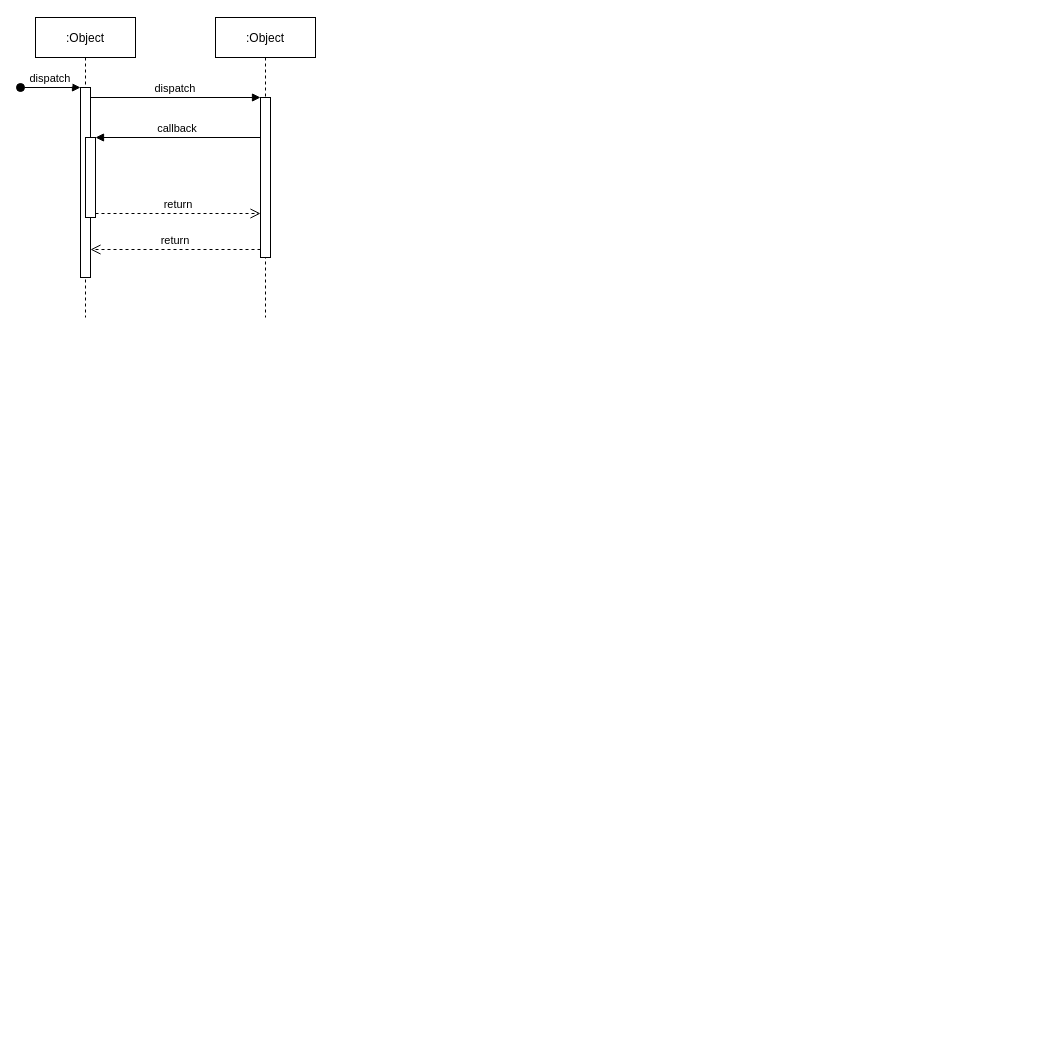
Above: announcement diagram.drawio in dieunguyen2003/deploycode (draw.io), before the change. Source tidied: cells renumbered, new cells numbered last; positions are measured from the earlier drawing's top-left corner, leaving out a move shared by most shapes. Both pictures are drawn from the tidied source at 100%, with x=0, y=0 at pixel (20, 17).
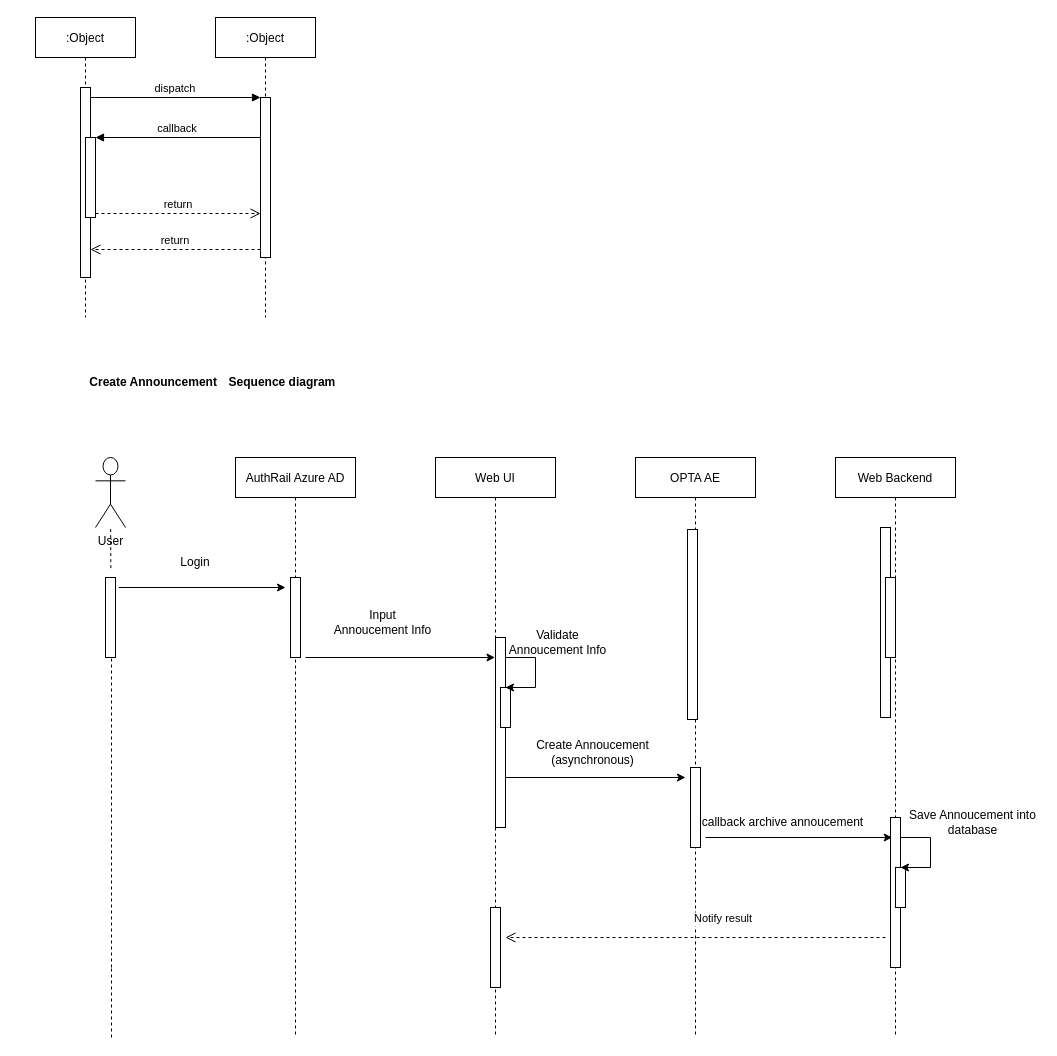
After the change.

The change refers to these unchanged cells:
```xml
<mxCell id="2" value=":Object" style="shape=umlLifeline;perimeter=lifelinePerimeter;rounded=0;shadow=0;strokeWidth=1;" parent="1" vertex="1">
  <mxGeometry x="15" width="100" height="300" as="geometry" />
</mxCell>
<mxCell id="3" style="points=[];perimeter=orthogonalPerimeter;rounded=0;shadow=0;strokeWidth=1;" parent="2" vertex="1">
  <mxGeometry x="45" y="70" width="10" height="190" as="geometry" />
</mxCell>
```

Change to the diagram source:
```diff
@@
-    <mxCell id="4" value="dispatch" style="verticalAlign=bottom;startArrow=oval;endArrow=block;startSize=8;shadow=0;strokeWidth=1;" parent="2" edge="1" target="3">
-      <mxGeometry relative="1" as="geometry">
-        <mxPoint x="-15" y="70" as="sourcePoint" />
-      </mxGeometry>
-    </mxCell>
@@
+    <mxCell id="12" style="points=[];perimeter=orthogonalPerimeter;rounded=0;shadow=0;strokeWidth=1;" parent="1" vertex="1">
+      <mxGeometry x="85" y="560" width="10" height="80" as="geometry" />
+    </mxCell>
+    <mxCell id="13" value="AuthRail Azure AD" style="shape=umlLifeline;perimeter=lifelinePerimeter;rounded=0;shadow=0;strokeWidth=1;" parent="1" vertex="1">
+      <mxGeometry x="215" y="440" width="120" height="580" as="geometry" />
+    </mxCell>
+    <mxCell id="14" style="perimeter=orthogonalPerimeter;rounded=0;shadow=0;strokeWidth=1;" parent="13" vertex="1">
+      <mxGeometry x="55" y="120" width="10" height="80" as="geometry" />
+    </mxCell>
+    <mxCell id="15" style="endArrow=none;dashed=1;html=1;rounded=0;entryX=0.6;entryY=1.014;entryDx=0;entryDy=0;entryPerimeter=0;startArrow=none;" parent="1" edge="1" target="12">
+      <mxGeometry relative="1" as="geometry">
+        <mxPoint x="91" y="950" as="sourcePoint" />
+      </mxGeometry>
+    </mxCell>
+    <mxCell id="16" style="endArrow=none;dashed=1;html=1;rounded=0;exitX=0.533;exitY=-0.117;exitDx=0;exitDy=0;exitPerimeter=0;" parent="1" edge="1" source="12" target="17">
+      <mxGeometry relative="1" as="geometry" />
+    </mxCell>
+    <mxCell id="17" value="User" style="shape=umlActor;verticalLabelPosition=bottom;verticalAlign=top;html=1;outlineConnect=0;" parent="1" vertex="1">
+      <mxGeometry x="75" y="440" width="30" height="70" as="geometry" />
+    </mxCell>
+    <mxCell id="18" value="Web UI" style="shape=umlLifeline;perimeter=lifelinePerimeter;rounded=0;shadow=0;strokeWidth=1;" parent="1" vertex="1">
+      <mxGeometry x="415" y="440" width="120" height="580" as="geometry" />
+    </mxCell>
+    <mxCell id="19" style="perimeter=orthogonalPerimeter;rounded=0;shadow=0;strokeWidth=1;" parent="18" vertex="1">
+      <mxGeometry x="60" y="180" width="10" height="190" as="geometry" />
+    </mxCell>
+    <mxCell id="20" style="perimeter=orthogonalPerimeter;rounded=0;shadow=0;strokeWidth=1;" parent="18" vertex="1">
+      <mxGeometry x="65" y="230" width="10" height="40" as="geometry" />
+    </mxCell>
+    <mxCell id="21" style="edgeStyle=orthogonalEdgeStyle;rounded=0;orthogonalLoop=1;jettySize=auto;html=1;" parent="18" edge="1">
+      <mxGeometry relative="1" as="geometry">
+        <mxPoint x="70" y="200" as="sourcePoint" />
+        <mxPoint x="70" y="230" as="targetPoint" />
+        <Array as="points">
+          <mxPoint x="100" y="200" />
+          <mxPoint x="100" y="230" />
+        </Array>
+      </mxGeometry>
+    </mxCell>
+    <mxCell id="22" style="perimeter=orthogonalPerimeter;rounded=0;shadow=0;strokeWidth=1;" parent="18" vertex="1">
+      <mxGeometry x="55" y="450" width="10" height="80" as="geometry" />
+    </mxCell>
+    <mxCell id="23" value="OPTA AE" style="shape=umlLifeline;perimeter=lifelinePerimeter;rounded=0;shadow=0;strokeWidth=1;" parent="1" vertex="1">
+      <mxGeometry x="615" y="440" width="120" height="580" as="geometry" />
+    </mxCell>
+    <mxCell id="24" style="perimeter=orthogonalPerimeter;rounded=0;shadow=0;strokeWidth=1;" parent="23" vertex="1">
+      <mxGeometry x="52" y="72" width="10" height="190" as="geometry" />
+    </mxCell>
+    <mxCell id="25" style="perimeter=orthogonalPerimeter;rounded=0;shadow=0;strokeWidth=1;" parent="23" vertex="1">
+      <mxGeometry x="55" y="310" width="10" height="80" as="geometry" />
+    </mxCell>
+    <mxCell id="26" value="Web Backend" style="shape=umlLifeline;perimeter=lifelinePerimeter;rounded=0;shadow=0;strokeWidth=1;" parent="1" vertex="1">
+      <mxGeometry x="815" y="440" width="120" height="580" as="geometry" />
+    </mxCell>
+    <mxCell id="27" style="perimeter=orthogonalPerimeter;rounded=0;shadow=0;strokeWidth=1;" parent="26" vertex="1">
+      <mxGeometry x="45" y="70" width="10" height="190" as="geometry" />
+    </mxCell>
+    <mxCell id="28" style="perimeter=orthogonalPerimeter;rounded=0;shadow=0;strokeWidth=1;" parent="26" vertex="1">
+      <mxGeometry x="50" y="120" width="10" height="80" as="geometry" />
+    </mxCell>
+    <mxCell id="29" style="perimeter=orthogonalPerimeter;rounded=0;shadow=0;strokeWidth=1;" parent="26" vertex="1">
+      <mxGeometry x="55" y="360" width="10" height="150" as="geometry" />
+    </mxCell>
+    <mxCell id="30" style="perimeter=orthogonalPerimeter;rounded=0;shadow=0;strokeWidth=1;" parent="26" vertex="1">
+      <mxGeometry x="60" y="410" width="10" height="40" as="geometry" />
+    </mxCell>
+    <mxCell id="31" style="edgeStyle=orthogonalEdgeStyle;rounded=0;orthogonalLoop=1;jettySize=auto;html=1;" parent="26" edge="1">
+      <mxGeometry relative="1" as="geometry">
+        <mxPoint x="65" y="380" as="sourcePoint" />
+        <mxPoint x="65" y="410" as="targetPoint" />
+        <Array as="points">
+          <mxPoint x="95" y="380" />
+          <mxPoint x="95" y="410" />
+        </Array>
+      </mxGeometry>
+    </mxCell>
+    <mxCell id="32" style="endArrow=classic;html=1;rounded=0;exitX=1.333;exitY=0.125;exitDx=0;exitDy=0;exitPerimeter=0;" parent="1" edge="1" source="12">
+      <mxGeometry relative="1" as="geometry">
+        <mxPoint x="265" y="570" as="targetPoint" />
+      </mxGeometry>
+    </mxCell>
+    <mxCell id="33" value="Login" style="text;html=1;strokeColor=none;fillColor=none;align=center;verticalAlign=middle;whiteSpace=wrap;rounded=0;" parent="1" vertex="1">
+      <mxGeometry x="145" y="530" width="60" height="30" as="geometry" />
+    </mxCell>
+    <mxCell id="34" value="Input Annoucement Info" style="text;html=1;strokeColor=none;fillColor=none;align=center;verticalAlign=middle;whiteSpace=wrap;rounded=0;" parent="1" vertex="1">
+      <mxGeometry x="310" y="590" width="105" height="30" as="geometry" />
+    </mxCell>
+    <mxCell id="35" style="endArrow=classic;html=1;rounded=0;exitX=1.333;exitY=0.125;exitDx=0;exitDy=0;exitPerimeter=0;" parent="1" edge="1">
+      <mxGeometry relative="1" as="geometry">
+        <mxPoint x="285" y="640" as="sourcePoint" />
+        <mxPoint x="474.5" y="640" as="targetPoint" />
+      </mxGeometry>
+    </mxCell>
+    <mxCell id="36" value="Validate Annoucement Info" style="text;html=1;strokeColor=none;fillColor=none;align=center;verticalAlign=middle;whiteSpace=wrap;rounded=0;" parent="1" vertex="1">
+      <mxGeometry x="485" y="610" width="105" height="30" as="geometry" />
+    </mxCell>
+    <mxCell id="37" value="Create Annoucement (asynchronous)" style="text;html=1;strokeColor=none;fillColor=none;align=center;verticalAlign=middle;whiteSpace=wrap;rounded=0;" parent="1" vertex="1">
+      <mxGeometry x="510" y="720" width="125" height="30" as="geometry" />
+    </mxCell>
+    <mxCell id="38" style="endArrow=classic;html=1;rounded=0;exitX=1.333;exitY=0.125;exitDx=0;exitDy=0;exitPerimeter=0;" parent="1" edge="1">
+      <mxGeometry relative="1" as="geometry">
+        <mxPoint x="485" y="760" as="sourcePoint" />
+        <mxPoint x="665" y="760" as="targetPoint" />
+      </mxGeometry>
+    </mxCell>
+    <mxCell id="39" value="callback archive annoucement" style="text;html=1;strokeColor=none;fillColor=none;align=center;verticalAlign=middle;whiteSpace=wrap;rounded=0;" parent="1" vertex="1">
+      <mxGeometry x="680" y="790" width="165" height="30" as="geometry" />
+    </mxCell>
+    <mxCell id="40" style="endArrow=classic;html=1;rounded=0;exitX=1.333;exitY=0.125;exitDx=0;exitDy=0;exitPerimeter=0;entryX=0.167;entryY=0.25;entryDx=0;entryDy=0;entryPerimeter=0;" parent="1" edge="1">
+      <mxGeometry relative="1" as="geometry">
+        <mxPoint x="685" y="820" as="sourcePoint" />
+        <mxPoint x="871.7" y="820" as="targetPoint" />
+      </mxGeometry>
+    </mxCell>
+    <mxCell id="41" value="Save Annoucement into database" style="text;html=1;strokeColor=none;fillColor=none;align=center;verticalAlign=middle;whiteSpace=wrap;rounded=0;" parent="1" vertex="1">
+      <mxGeometry x="885" y="790" width="135" height="30" as="geometry" />
+    </mxCell>
+    <mxCell id="42" value="Notify result" style="verticalAlign=bottom;endArrow=open;dashed=1;endSize=8;exitX=0;exitY=0.95;shadow=0;strokeWidth=1;" parent="1" edge="1">
+      <mxGeometry x="-0.15" y="-10" relative="1" as="geometry">
+        <mxPoint x="865" y="920" as="sourcePoint" />
+        <mxPoint x="485" y="920" as="targetPoint" />
+      </mxGeometry>
+    </mxCell>
+    <mxCell id="43" style="endArrow=none;dashed=1;html=1;rounded=0;entryX=0.6;entryY=1.014;entryDx=0;entryDy=0;entryPerimeter=0;" parent="1" edge="1">
+      <mxGeometry relative="1" as="geometry">
+        <mxPoint x="91" y="1020" as="sourcePoint" />
+        <mxPoint x="91" y="951.1" as="targetPoint" />
+      </mxGeometry>
+    </mxCell>
+    <mxCell id="44" value="&lt;h4 style=&quot;margin-left:.6in;text-align:justify;mso-list:l1 level4 lfo1&quot;&gt;&lt;span lang=&quot;EN-GB&quot;&gt;&lt;span style=&quot;font-variant-numeric: normal; font-variant-east-asian: normal; font-stretch: normal; line-height: normal;&quot;&gt;Create Announcement&lt;/span&gt;&lt;span style=&quot;font-variant-numeric: normal; font-variant-east-asian: normal; font-weight: normal; font-stretch: normal; font-size: 7pt; line-height: normal; font-family: &amp;quot;Times New Roman&amp;quot;;&quot;&gt;&amp;nbsp; &amp;nbsp; &amp;nbsp;&lt;/span&gt;&lt;/span&gt;&lt;span lang=&quot;EN-GB&quot;&gt;Sequence diagram&lt;/span&gt;&lt;/h4&gt;" style="text;html=1;align=center;verticalAlign=middle;strokeColor=none;fillColor=none;" parent="1" vertex="1">
+      <mxGeometry x="2" y="336" width="322" height="58" as="geometry" />
+    </mxCell>
```
